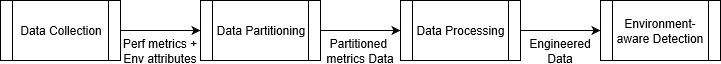
The draw.io diagram Diagrams/a1solutionGraph.png in KEDGERS/Draft, before a commit. Source tidied: cells renumbered, new cells last; positions are measured from the earlier drawing's top-left corner, leaving out a move shared by most shapes. Its diagram source:
```xml
<mxGraphModel>
  <root>
    <mxCell id="0" />
    <mxCell id="1" parent="0" />
    <mxCell id="2" value="Data Collection" style="shape=process;whiteSpace=wrap;html=1;backgroundOutline=1;" parent="1" vertex="1">
      <mxGeometry width="120" height="60" as="geometry" />
    </mxCell>
    <mxCell id="3" value="Data Partitioning" style="shape=process;whiteSpace=wrap;html=1;backgroundOutline=1;" parent="1" vertex="1">
      <mxGeometry x="200" width="120" height="60" as="geometry" />
    </mxCell>
    <mxCell id="4" value="Data Processing" style="shape=process;whiteSpace=wrap;html=1;backgroundOutline=1;" parent="1" vertex="1">
      <mxGeometry x="400" width="120" height="60" as="geometry" />
    </mxCell>
    <mxCell id="5" value="Environment-aware Detection" style="shape=process;whiteSpace=wrap;html=1;backgroundOutline=1;" parent="1" vertex="1">
      <mxGeometry x="600" width="120" height="60" as="geometry" />
    </mxCell>
    <mxCell id="6" style="endArrow=classic;html=1;labelBackgroundColor=none;" parent="1" edge="1" source="2">
      <mxGeometry relative="1" as="geometry">
        <mxPoint x="200" y="30" as="targetPoint" />
      </mxGeometry>
    </mxCell>
    <mxCell id="7" style="endArrow=classic;html=1;exitX=1;exitY=0.5;exitDx=0;exitDy=0;entryX=0;entryY=0.5;entryDx=0;entryDy=0;" parent="1" edge="1" source="3" target="4">
      <mxGeometry relative="1" as="geometry" />
    </mxCell>
    <mxCell id="8" style="endArrow=classic;html=1;exitX=1;exitY=0.5;exitDx=0;exitDy=0;entryX=0;entryY=0.5;entryDx=0;entryDy=0;" parent="1" edge="1" source="4" target="5">
      <mxGeometry relative="1" as="geometry" />
    </mxCell>
    <mxCell id="9" value="Perf metrics + Env attributes" style="text;html=1;strokeColor=none;fillColor=none;align=center;verticalAlign=middle;whiteSpace=wrap;rounded=0;" parent="1" vertex="1">
      <mxGeometry x="120" y="40" width="80" height="20" as="geometry" />
    </mxCell>
    <mxCell id="10" value="Partitioned&amp;nbsp; metrics Data" style="text;html=1;strokeColor=none;fillColor=none;align=center;verticalAlign=middle;whiteSpace=wrap;rounded=0;" parent="1" vertex="1">
      <mxGeometry x="320" y="40" width="80" height="20" as="geometry" />
    </mxCell>
    <mxCell id="11" value="Engineered Data" style="text;html=1;strokeColor=none;fillColor=none;align=center;verticalAlign=middle;whiteSpace=wrap;rounded=0;" parent="1" vertex="1">
      <mxGeometry x="520" y="40" width="80" height="20" as="geometry" />
    </mxCell>
  </root>
</mxGraphModel>
```
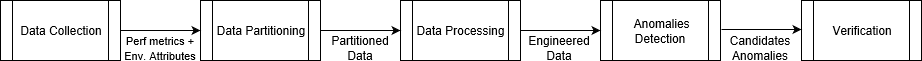
Later version of the same file.

The edit, as a diff of the source:
```diff
@@ -11,10 +11,10 @@
     <mxCell id="4" value="Data Processing" style="shape=process;whiteSpace=wrap;html=1;backgroundOutline=1;" parent="1" vertex="1">
       <mxGeometry x="400" width="120" height="60" as="geometry" />
     </mxCell>
-    <mxCell id="5" value="Environment-aware Detection" style="shape=process;whiteSpace=wrap;html=1;backgroundOutline=1;" parent="1" vertex="1">
+    <mxCell id="5" value="&amp;nbsp;Anomalies Detection" style="shape=process;whiteSpace=wrap;html=1;backgroundOutline=1;" parent="1" vertex="1">
       <mxGeometry x="600" width="120" height="60" as="geometry" />
     </mxCell>
-    <mxCell id="6" style="endArrow=classic;html=1;labelBackgroundColor=none;" parent="1" edge="1" source="2">
+    <mxCell id="6" style="endArrow=classic;html=1;" parent="1" edge="1" source="2">
       <mxGeometry relative="1" as="geometry">
         <mxPoint x="200" y="30" as="targetPoint" />
       </mxGeometry>
@@ -25,14 +25,26 @@
     <mxCell id="8" style="endArrow=classic;html=1;exitX=1;exitY=0.5;exitDx=0;exitDy=0;entryX=0;entryY=0.5;entryDx=0;entryDy=0;" parent="1" edge="1" source="4" target="5">
       <mxGeometry relative="1" as="geometry" />
     </mxCell>
-    <mxCell id="9" value="Perf metrics + Env attributes" style="text;html=1;strokeColor=none;fillColor=none;align=center;verticalAlign=middle;whiteSpace=wrap;rounded=0;" parent="1" vertex="1">
-      <mxGeometry x="120" y="40" width="80" height="20" as="geometry" />
-    </mxCell>
-    <mxCell id="10" value="Partitioned&amp;nbsp; metrics Data" style="text;html=1;strokeColor=none;fillColor=none;align=center;verticalAlign=middle;whiteSpace=wrap;rounded=0;" parent="1" vertex="1">
-      <mxGeometry x="320" y="40" width="80" height="20" as="geometry" />
-    </mxCell>
+    <mxCell id="12" value="Verification" style="shape=process;whiteSpace=wrap;html=1;backgroundOutline=1;" parent="1" vertex="1">
+      <mxGeometry x="801" width="120" height="60" as="geometry" />
+    </mxCell>
+    <mxCell id="13" style="endArrow=classic;html=1;exitX=1;exitY=0.5;exitDx=0;exitDy=0;entryX=0;entryY=0.5;entryDx=0;entryDy=0;" parent="1" edge="1">
+      <mxGeometry relative="1" as="geometry">
+        <mxPoint x="721" y="29" as="sourcePoint" />
+        <mxPoint x="801" y="29" as="targetPoint" />
+      </mxGeometry>
+    </mxCell>
+    <mxCell id="14" value="&lt;font style=&quot;font-size: 11px&quot;&gt;Perf metrics + Env. Attributes&lt;/font&gt;" style="text;html=1;strokeColor=none;fillColor=none;align=center;verticalAlign=middle;whiteSpace=wrap;rounded=0;" parent="1" vertex="1">
+      <mxGeometry x="120" y="37" width="80" height="20" as="geometry" />
+    </mxCell>
+    <mxCell id="15" value="Partitioned Data" style="text;html=1;strokeColor=none;fillColor=none;align=center;verticalAlign=middle;whiteSpace=wrap;rounded=0;" parent="1" vertex="1">
+      <mxGeometry x="320" y="37" width="80" height="20" as="geometry" />
+    </mxCell>
     <mxCell id="11" value="Engineered Data" style="text;html=1;strokeColor=none;fillColor=none;align=center;verticalAlign=middle;whiteSpace=wrap;rounded=0;" parent="1" vertex="1">
-      <mxGeometry x="520" y="40" width="80" height="20" as="geometry" />
+      <mxGeometry x="519" y="37" width="80" height="20" as="geometry" />
     </mxCell>
+    <mxCell id="16" value="Candidates Anomalies" style="text;html=1;strokeColor=none;fillColor=none;align=center;verticalAlign=middle;whiteSpace=wrap;rounded=0;" parent="1" vertex="1">
+      <mxGeometry x="720" y="37" width="80" height="20" as="geometry" />
+    </mxCell>
   </root>
 </mxGraphModel>
```
